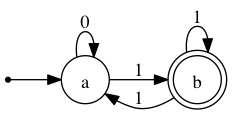
Earlier version of the Graphviz export automaatit/m1.png (rase-/Kandi). Its source is kept beside it as automaatit/m1.gv. Source of this version:
```dot
digraph finite_state_machine {
	rankdir=LR;
	size="8,5"


	node [shape = point]; S;
	node [shape = doublecircle]; b;
	node [shape = circle]; a;

	S -> a;
	a -> b [label = "1"];
	a -> a [label = "0"];
	b -> a [label = "1"];
	b -> b [label = "1"];
}
```
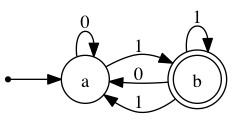
Above is the later version.

What changed in the source:
```diff
@@ -10,6 +10,7 @@
 	S -> a;
 	a -> b [label = "1"];
 	a -> a [label = "0"];
+	b -> a [label = "0"];
 	b -> a [label = "1"];
 	b -> b [label = "1"];
 }
```
